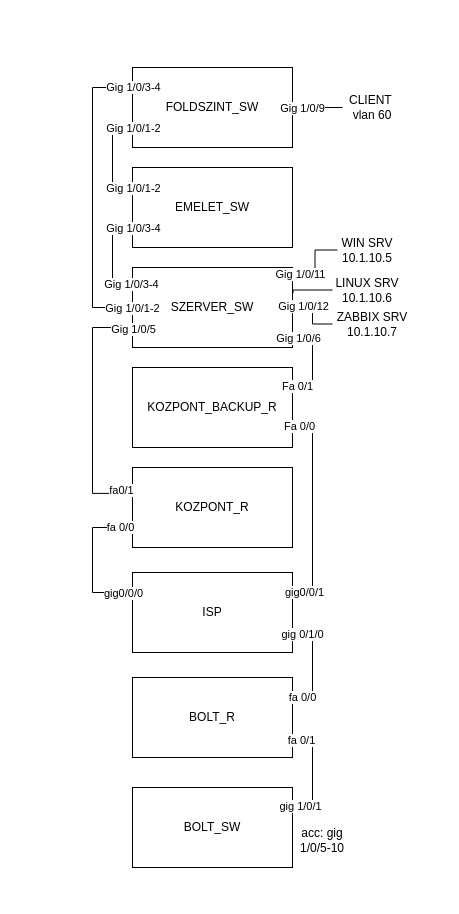
The draw.io diagram prototipus/layout.drawio in pechr1k/QUBE, before the edit. Source tidied: cells renumbered, new cells numbered last; positions are measured from the earlier drawing's top-left corner, leaving out a move shared by most shapes. Both pictures are drawn from the tidied source at 100%, with x=0, y=0 at pixel (92, 67).
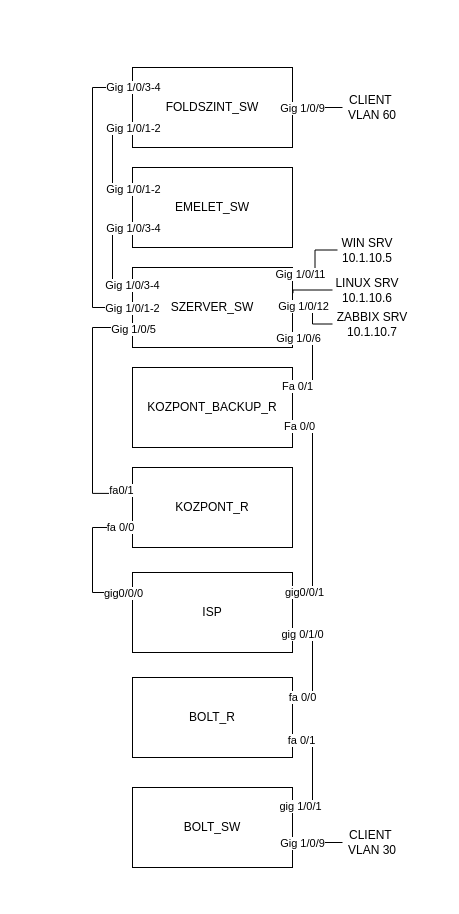
The same page after the edit.

What changed in the source:
```diff
@@
+    <mxCell id="49" style="rounded=0;whiteSpace=wrap;html=1;strokeColor=none;" parent="1" vertex="1">
+      <mxGeometry x="-75" y="-50" width="425" height="880" as="geometry" />
+    </mxCell>
@@
-    <mxCell id="43" value="CLIENT&amp;nbsp;&lt;div&gt;vlan 60&lt;/div&gt;" style="text;html=1;whiteSpace=wrap;strokeColor=none;fillColor=none;align=center;verticalAlign=middle;rounded=0;" parent="1" vertex="1">
+    <mxCell id="43" value="CLIENT&amp;nbsp;&lt;div&gt;VLAN 60&lt;/div&gt;" style="text;html=1;whiteSpace=wrap;strokeColor=none;fillColor=none;align=center;verticalAlign=middle;rounded=0;" parent="1" vertex="1">
       <mxGeometry x="250" y="25" width="60" height="30" as="geometry" />
     </mxCell>
@@
-    <mxCell id="45" value="acc: gig 1/0/5-10" style="text;html=1;whiteSpace=wrap;strokeColor=none;fillColor=none;align=center;verticalAlign=middle;rounded=0;" parent="1" vertex="1">
-      <mxGeometry x="200" y="760" width="60" height="25" as="geometry" />
-    </mxCell>
@@
+    <mxCell id="50" style="edgeStyle=orthogonalEdgeStyle;rounded=0;jettySize=auto;html=1;exitX=0;exitY=0.5;exitDx=0;exitDy=0;endArrow=none;endFill=0;" parent="1" edge="1" source="51">
+      <mxGeometry relative="1" as="geometry">
+        <mxPoint x="200" y="774.9" as="targetPoint" />
+      </mxGeometry>
+    </mxCell>
+    <mxCell id="51" value="CLIENT&amp;nbsp;&lt;div&gt;VLAN 30&lt;/div&gt;" style="text;html=1;whiteSpace=wrap;strokeColor=none;fillColor=none;align=center;verticalAlign=middle;rounded=0;" parent="1" vertex="1">
+      <mxGeometry x="250" y="760" width="60" height="30" as="geometry" />
+    </mxCell>
+    <mxCell id="52" value="Gig 1/0/9" style="edgeLabel;html=1;align=center;verticalAlign=middle;" parent="1" vertex="1">
+      <mxGeometry x="209" y="775" as="geometry" />
+    </mxCell>
```
